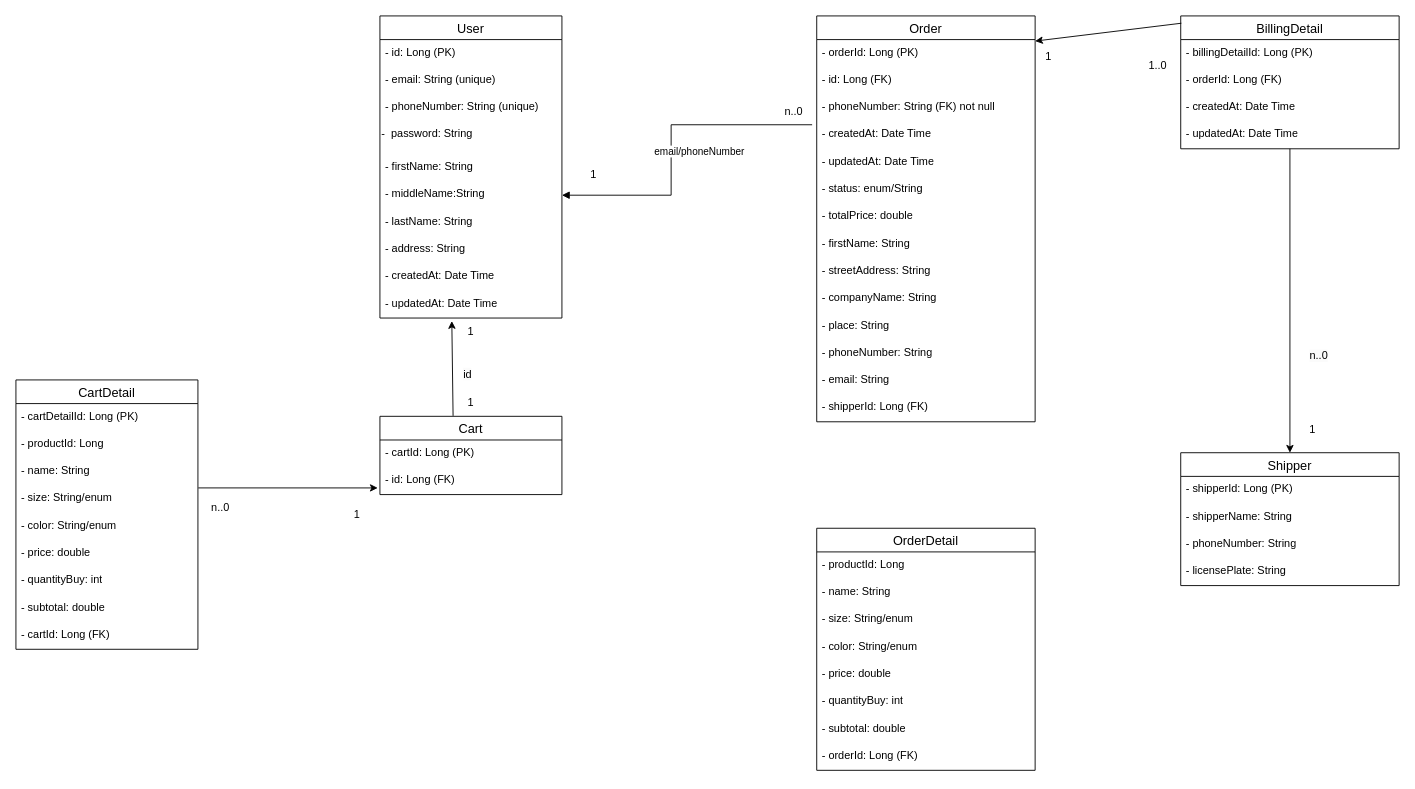
This is diagrams/class/class-user.drawio from penduricha/Project-e-commerce, a draw.io file, before an edit. Source tidied: cells renumbered, new cells numbered last; positions are measured from the earlier drawing's top-left corner, leaving out a move shared by most shapes. Both pictures are drawn from the tidied source at 91%, with x=0, y=0 at pixel (15, 15).
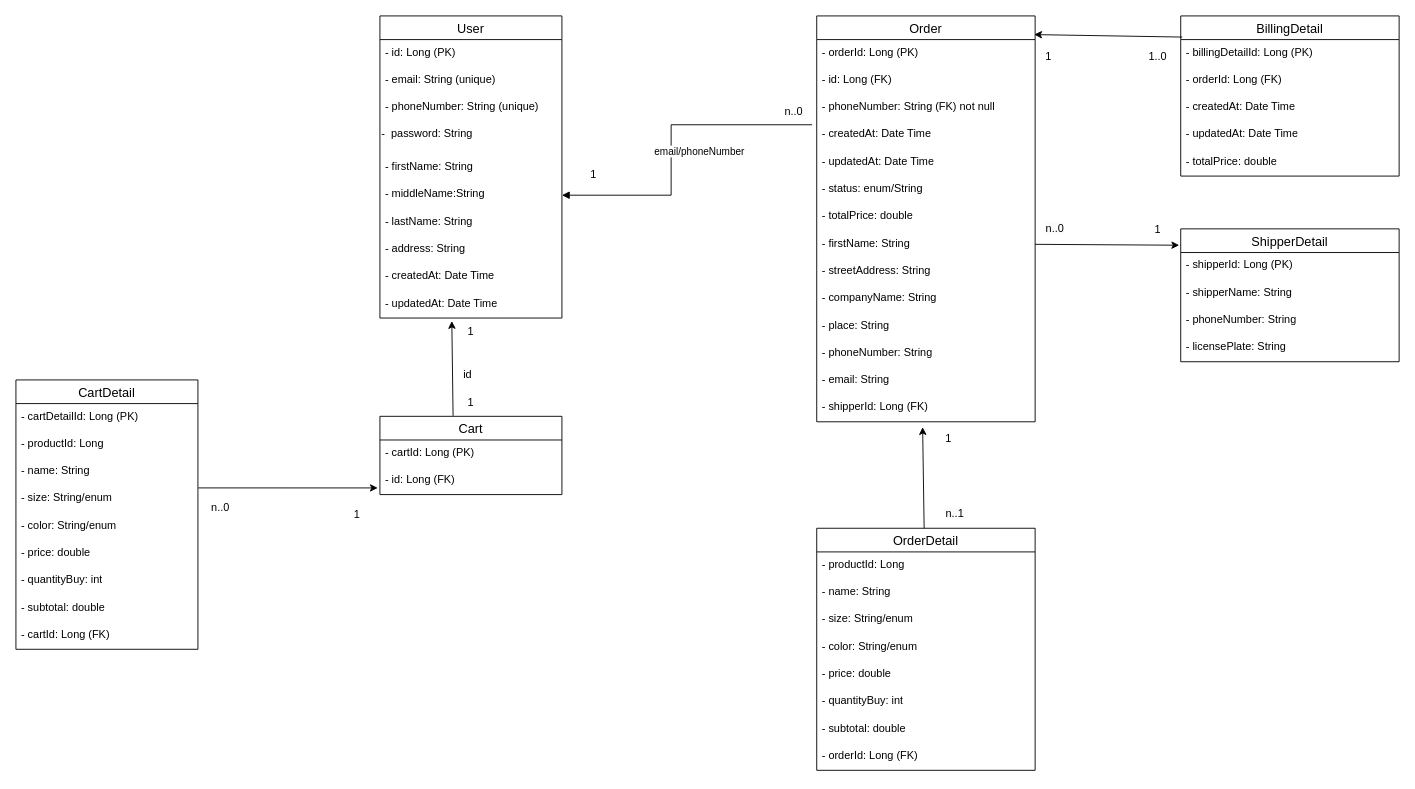
The same page after the edit.

The change refers to these unchanged cells:
```xml
<mxCell id="13" value="Order" style="swimlane;fontStyle=0;horizontal=1;startSize=26;align=center;fontSize=14;" parent="1" vertex="1">
  <mxGeometry x="880" width="240" height="446" as="geometry" />
</mxCell>
<mxCell id="21" value="- firstName: String" style="text;strokeColor=none;fillColor=none;spacingLeft=4;spacingRight=4;overflow=hidden;points=[[0,0.5],[1,0.5]];portConstraint=eastwest;fontSize=12;whiteSpace=wrap;html=1;" parent="13" vertex="1">
  <mxGeometry y="236" width="240" height="30" as="geometry" />
</mxCell>
<mxCell id="27" value="- shipperId: Long (FK)" style="text;strokeColor=none;fillColor=none;spacingLeft=4;spacingRight=4;overflow=hidden;points=[[0,0.5],[1,0.5]];portConstraint=eastwest;fontSize=12;whiteSpace=wrap;html=1;" parent="13" vertex="1">
  <mxGeometry y="416" width="240" height="30" as="geometry" />
</mxCell>
<mxCell id="28" value="OrderDetail" style="swimlane;fontStyle=0;horizontal=1;startSize=26;align=center;fontSize=14;" parent="1" vertex="1">
  <mxGeometry x="880" y="563" width="240" height="266" as="geometry" />
</mxCell>
<mxCell id="63" value="- updatedAt: Date Time" style="text;strokeColor=none;fillColor=none;spacingLeft=4;spacingRight=4;overflow=hidden;points=[[0,0.5],[1,0.5]];portConstraint=eastwest;fontSize=12;whiteSpace=wrap;html=1;" parent="59" vertex="1">
  <mxGeometry y="116" width="240" height="30" as="geometry" />
</mxCell>
```

What changed in the source:
```diff
@@
     <mxCell id="59" value="BillingDetail" style="swimlane;fontStyle=0;horizontal=1;startSize=26;align=center;fontSize=14;" parent="1" vertex="1">
-      <mxGeometry x="1280" width="240" height="146" as="geometry" />
+      <mxGeometry x="1280" width="240" height="176" as="geometry" />
     </mxCell>
@@
+    <mxCell id="76" value="- totalPrice: double" style="text;strokeColor=none;fillColor=none;spacingLeft=4;spacingRight=4;overflow=hidden;fontSize=12;whiteSpace=wrap;html=1;" parent="59" vertex="1">
+      <mxGeometry y="146" width="240" height="30" as="geometry" />
+    </mxCell>
@@
-    <mxCell id="65" style="endArrow=classic;html=1;rounded=0;entryX=1;entryY=0.062;entryDx=0;entryDy=0;entryPerimeter=0;exitX=0.003;exitY=0.055;exitDx=0;exitDy=0;exitPerimeter=0;" parent="1" edge="1" source="59" target="13">
+    <mxCell id="65" style="endArrow=classic;html=1;rounded=0;exitX=0.007;exitY=0.132;exitDx=0;exitDy=0;exitPerimeter=0;entryX=0.996;entryY=0.046;entryDx=0;entryDy=0;entryPerimeter=0;" parent="1" edge="1" source="59" target="13">
       <mxGeometry relative="1" as="geometry" />
     </mxCell>
@@
     <mxCell id="67" value="1..0" style="text;html=1;align=center;verticalAlign=middle;whiteSpace=wrap;rounded=0;" parent="1" vertex="1">
-      <mxGeometry x="1240" y="40" width="30" height="30" as="geometry" />
+      <mxGeometry x="1240" y="30" width="30" height="30" as="geometry" />
     </mxCell>
-    <mxCell id="68" value="Shipper" style="swimlane;fontStyle=0;horizontal=1;startSize=26;align=center;fontSize=14;" parent="1" vertex="1">
-      <mxGeometry x="1280" y="480" width="240" height="146" as="geometry" />
+    <mxCell id="68" value="ShipperDetail" style="swimlane;fontStyle=0;horizontal=1;startSize=26;align=center;fontSize=14;" parent="1" vertex="1">
+      <mxGeometry x="1280" y="234" width="240" height="146" as="geometry" />
     </mxCell>
@@
     <mxCell id="73" value="1" style="text;html=1;align=center;verticalAlign=middle;whiteSpace=wrap;rounded=0;" parent="1" vertex="1">
-      <mxGeometry x="1410" y="440" width="30" height="30" as="geometry" />
+      <mxGeometry x="1240" y="220" width="30" height="30" as="geometry" />
     </mxCell>
     <mxCell id="74" value="&lt;span style=&quot;color: rgb(0, 0, 0); font-family: Helvetica; font-size: 12px; font-style: normal; font-variant-ligatures: normal; font-variant-caps: normal; font-weight: 400; letter-spacing: normal; orphans: 2; text-align: center; text-indent: 0px; text-transform: none; widows: 2; word-spacing: 0px; -webkit-text-stroke-width: 0px; background-color: rgb(251, 251, 251); text-decoration-thickness: initial; text-decoration-style: initial; text-decoration-color: initial; float: none; display: inline !important;&quot;&gt;n..0&lt;/span&gt;" style="text;whiteSpace=wrap;html=1;" parent="1" vertex="1">
-      <mxGeometry x="1420" y="360" width="30" height="30" as="geometry" />
+      <mxGeometry x="1130" y="220" width="30" height="30" as="geometry" />
     </mxCell>
-    <mxCell id="75" style="endArrow=classic;html=1;rounded=0;entryX=0.5;entryY=0;entryDx=0;entryDy=0;" parent="1" edge="1" source="63" target="68">
+    <mxCell id="75" style="endArrow=classic;html=1;rounded=0;entryX=-0.007;entryY=0.123;entryDx=0;entryDy=0;entryPerimeter=0;exitX=1;exitY=0.5;exitDx=0;exitDy=0;" parent="1" edge="1" source="21" target="68">
       <mxGeometry relative="1" as="geometry" />
     </mxCell>
+    <mxCell id="77" style="endArrow=classic;html=1;rounded=0;entryX=0.485;entryY=1.197;entryDx=0;entryDy=0;entryPerimeter=0;" parent="1" edge="1" source="28" target="27">
+      <mxGeometry relative="1" as="geometry" />
+    </mxCell>
+    <mxCell id="78" value="1" style="text;html=1;align=center;verticalAlign=middle;whiteSpace=wrap;rounded=0;" parent="1" vertex="1">
+      <mxGeometry x="1010" y="450" width="30" height="30" as="geometry" />
+    </mxCell>
+    <mxCell id="79" value="&lt;span style=&quot;color: rgb(0, 0, 0); font-family: Helvetica; font-size: 12px; font-style: normal; font-variant-ligatures: normal; font-variant-caps: normal; font-weight: 400; letter-spacing: normal; orphans: 2; text-align: center; text-indent: 0px; text-transform: none; widows: 2; word-spacing: 0px; -webkit-text-stroke-width: 0px; background-color: rgb(251, 251, 251); text-decoration-thickness: initial; text-decoration-style: initial; text-decoration-color: initial; float: none; display: inline !important;&quot;&gt;n..1&lt;/span&gt;" style="text;whiteSpace=wrap;html=1;" parent="1" vertex="1">
+      <mxGeometry x="1020" y="533" width="30" height="30" as="geometry" />
+    </mxCell>
```
